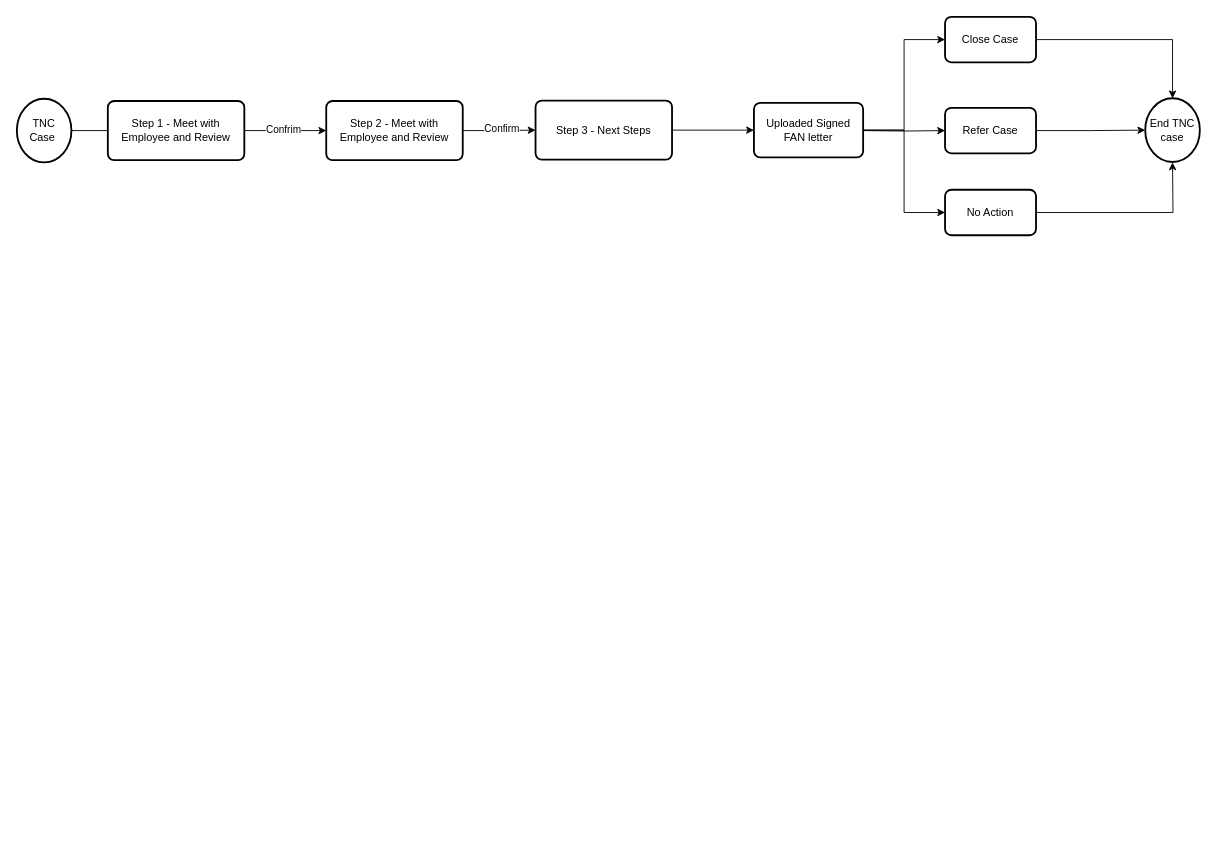
Before: TNC-Workflow.drawio in haphan-fadv/haphan-fadv, a draw.io diagram. Source tidied: cells renumbered, new cells numbered last; positions are measured from the earlier drawing's top-left corner, leaving out a move shared by most shapes. Both pictures are drawn from the tidied source at 91%, with x=0, y=0 at pixel (16, 16).
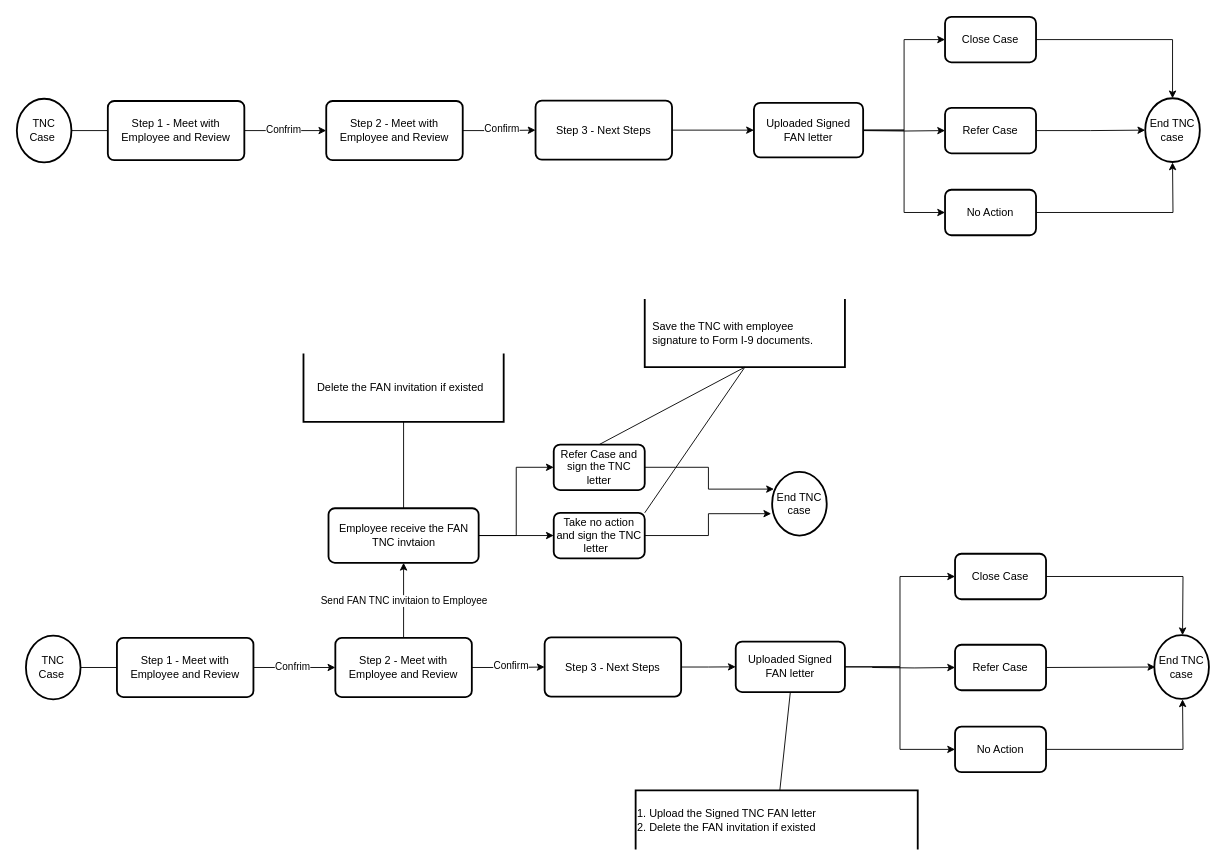
The same page after the edit.

Change to the diagram source:
```diff
@@
+    <mxCell id="23" style="edgeStyle=orthogonalEdgeStyle;rounded=0;jettySize=auto;html=1;exitX=1;exitY=0.5;exitDx=0;exitDy=0;exitPerimeter=0;" parent="1" edge="1" source="24">
+      <mxGeometry relative="1" as="geometry">
+        <mxPoint x="160" y="715" as="targetPoint" />
+      </mxGeometry>
+    </mxCell>
+    <mxCell id="24" value="TNC Case&amp;nbsp;" style="strokeWidth=2;html=1;shape=mxgraph.flowchart.start_2;whiteSpace=wrap;" parent="1" vertex="1">
+      <mxGeometry x="10" y="680" width="60" height="70" as="geometry" />
+    </mxCell>
+    <mxCell id="25" style="edgeStyle=orthogonalEdgeStyle;rounded=0;jettySize=auto;html=1;exitX=1;exitY=0.5;exitDx=0;exitDy=0;entryX=0;entryY=0.5;entryDx=0;entryDy=0;" parent="1" edge="1" source="27" target="32">
+      <mxGeometry relative="1" as="geometry" />
+    </mxCell>
+    <mxCell id="26" value="Confrim" style="edgeLabel;html=1;align=center;verticalAlign=middle;" parent="25" vertex="1">
+      <mxGeometry x="0.2" y="3" relative="1" as="geometry">
+        <mxPoint x="-12" y="1" as="offset" />
+      </mxGeometry>
+    </mxCell>
+    <mxCell id="27" value="Step 1 - Meet with Employee and Review" style="rounded=1;whiteSpace=wrap;html=1;absoluteArcSize=1;arcSize=14;strokeWidth=2;" parent="1" vertex="1">
+      <mxGeometry x="110" y="682.5" width="150" height="65" as="geometry" />
+    </mxCell>
+    <mxCell id="28" style="edgeStyle=orthogonalEdgeStyle;rounded=0;jettySize=auto;html=1;exitX=1;exitY=0.5;exitDx=0;exitDy=0;" parent="1" edge="1" source="32" target="34">
+      <mxGeometry relative="1" as="geometry" />
+    </mxCell>
+    <mxCell id="29" value="Confirm" style="edgeLabel;html=1;align=center;verticalAlign=middle;" parent="28" vertex="1">
+      <mxGeometry x="0.07" y="-1" relative="1" as="geometry">
+        <mxPoint y="-3" as="offset" />
+      </mxGeometry>
+    </mxCell>
+    <mxCell id="30" style="edgeStyle=orthogonalEdgeStyle;rounded=0;jettySize=auto;html=1;" parent="1" edge="1" source="32" target="49">
+      <mxGeometry relative="1" as="geometry" />
+    </mxCell>
+    <mxCell id="31" value="Send FAN TNC invitaion to Employee&amp;nbsp;" style="edgeLabel;html=1;align=center;verticalAlign=middle;" parent="30" vertex="1">
+      <mxGeometry x="0.01" y="-1" relative="1" as="geometry">
+        <mxPoint y="1" as="offset" />
+      </mxGeometry>
+    </mxCell>
+    <mxCell id="32" value="Step 2 - Meet with Employee and Review" style="rounded=1;whiteSpace=wrap;html=1;absoluteArcSize=1;arcSize=14;strokeWidth=2;" parent="1" vertex="1">
+      <mxGeometry x="350" y="682.5" width="150" height="65" as="geometry" />
+    </mxCell>
+    <mxCell id="33" style="edgeStyle=orthogonalEdgeStyle;rounded=0;jettySize=auto;html=1;" parent="1" edge="1" source="34" target="38">
+      <mxGeometry relative="1" as="geometry" />
+    </mxCell>
+    <mxCell id="34" value="Step 3 - Next Steps" style="rounded=1;whiteSpace=wrap;html=1;absoluteArcSize=1;arcSize=14;strokeWidth=2;" parent="1" vertex="1">
+      <mxGeometry x="580" y="682" width="150" height="65" as="geometry" />
+    </mxCell>
+    <mxCell id="35" style="edgeStyle=orthogonalEdgeStyle;rounded=0;jettySize=auto;html=1;entryX=0;entryY=0.5;entryDx=0;entryDy=0;" parent="1" edge="1" source="38" target="41">
+      <mxGeometry relative="1" as="geometry" />
+    </mxCell>
+    <mxCell id="36" style="edgeStyle=orthogonalEdgeStyle;rounded=0;jettySize=auto;html=1;entryX=0;entryY=0.5;entryDx=0;entryDy=0;" parent="1" edge="1" target="42">
+      <mxGeometry relative="1" as="geometry">
+        <mxPoint x="940" y="715" as="sourcePoint" />
+      </mxGeometry>
+    </mxCell>
+    <mxCell id="37" style="edgeStyle=orthogonalEdgeStyle;rounded=0;jettySize=auto;html=1;entryX=0;entryY=0.5;entryDx=0;entryDy=0;" parent="1" edge="1" source="38" target="44">
+      <mxGeometry relative="1" as="geometry" />
+    </mxCell>
+    <mxCell id="38" value="Uploaded Signed FAN letter" style="whiteSpace=wrap;html=1;rounded=1;absoluteArcSize=1;arcSize=14;strokeWidth=2;" parent="1" vertex="1">
+      <mxGeometry x="790" y="686.5" width="120" height="55.5" as="geometry" />
+    </mxCell>
+    <mxCell id="39" value="End TNC case" style="strokeWidth=2;html=1;shape=mxgraph.flowchart.start_2;whiteSpace=wrap;" parent="1" vertex="1">
+      <mxGeometry x="1250" y="679.5" width="60" height="70" as="geometry" />
+    </mxCell>
+    <mxCell id="40" style="edgeStyle=orthogonalEdgeStyle;rounded=0;jettySize=auto;html=1;exitX=1;exitY=0.5;exitDx=0;exitDy=0;" parent="1" edge="1" source="41">
+      <mxGeometry relative="1" as="geometry">
+        <mxPoint x="1281" y="679.5" as="targetPoint" />
+      </mxGeometry>
+    </mxCell>
+    <mxCell id="41" value="Close Case" style="rounded=1;whiteSpace=wrap;html=1;absoluteArcSize=1;arcSize=14;strokeWidth=2;" parent="1" vertex="1">
+      <mxGeometry x="1031" y="590" width="100" height="50" as="geometry" />
+    </mxCell>
+    <mxCell id="42" value="Refer Case" style="rounded=1;whiteSpace=wrap;html=1;absoluteArcSize=1;arcSize=14;strokeWidth=2;" parent="1" vertex="1">
+      <mxGeometry x="1031" y="690" width="100" height="50" as="geometry" />
+    </mxCell>
+    <mxCell id="43" style="edgeStyle=orthogonalEdgeStyle;rounded=0;jettySize=auto;html=1;exitX=1;exitY=0.5;exitDx=0;exitDy=0;" parent="1" edge="1" source="44">
+      <mxGeometry relative="1" as="geometry">
+        <mxPoint x="1281" y="750" as="targetPoint" />
+      </mxGeometry>
+    </mxCell>
+    <mxCell id="44" value="No Action" style="rounded=1;whiteSpace=wrap;html=1;absoluteArcSize=1;arcSize=14;strokeWidth=2;" parent="1" vertex="1">
+      <mxGeometry x="1031" y="780" width="100" height="50" as="geometry" />
+    </mxCell>
+    <mxCell id="45" style="edgeStyle=orthogonalEdgeStyle;rounded=0;jettySize=auto;html=1;exitX=1;exitY=0.5;exitDx=0;exitDy=0;entryX=0;entryY=0.5;entryDx=0;entryDy=0;entryPerimeter=0;" parent="1" edge="1" source="42">
+      <mxGeometry relative="1" as="geometry">
+        <mxPoint x="1251" y="714.5" as="targetPoint" />
+      </mxGeometry>
+    </mxCell>
+    <mxCell id="46" value="1. Upload the Signed TNC FAN letter&lt;br&gt;2. Delete the FAN invitation if existed" style="strokeWidth=2;html=1;shape=mxgraph.flowchart.annotation_1;align=left;direction=south;" parent="1" vertex="1">
+      <mxGeometry x="680" y="850" width="310" height="65" as="geometry" />
+    </mxCell>
+    <mxCell id="47" style="edgeStyle=orthogonalEdgeStyle;rounded=0;jettySize=auto;html=1;exitX=1;exitY=0.5;exitDx=0;exitDy=0;entryX=0;entryY=0.5;entryDx=0;entryDy=0;" parent="1" edge="1" source="49" target="50">
+      <mxGeometry relative="1" as="geometry" />
+    </mxCell>
+    <mxCell id="48" style="edgeStyle=orthogonalEdgeStyle;rounded=0;jettySize=auto;html=1;entryX=0;entryY=0.5;entryDx=0;entryDy=0;" parent="1" edge="1" source="49" target="51">
+      <mxGeometry relative="1" as="geometry" />
+    </mxCell>
+    <mxCell id="49" value="Employee receive the FAN TNC invtaion" style="whiteSpace=wrap;html=1;rounded=1;absoluteArcSize=1;arcSize=14;strokeWidth=2;" parent="1" vertex="1">
+      <mxGeometry x="342.5" y="540" width="165" height="60" as="geometry" />
+    </mxCell>
+    <mxCell id="50" value="Refer Case and sign the TNC letter" style="rounded=1;whiteSpace=wrap;html=1;absoluteArcSize=1;arcSize=14;strokeWidth=2;" parent="1" vertex="1">
+      <mxGeometry x="590" y="470" width="100" height="50" as="geometry" />
+    </mxCell>
+    <mxCell id="51" value="Take no action and sign the TNC letter&amp;nbsp;&amp;nbsp;" style="rounded=1;whiteSpace=wrap;html=1;absoluteArcSize=1;arcSize=14;strokeWidth=2;" parent="1" vertex="1">
+      <mxGeometry x="590" y="545" width="100" height="50" as="geometry" />
+    </mxCell>
+    <mxCell id="52" style="edgeStyle=orthogonalEdgeStyle;rounded=0;jettySize=auto;html=1;exitX=1;exitY=0.5;exitDx=0;exitDy=0;entryX=0.033;entryY=0.271;entryDx=0;entryDy=0;entryPerimeter=0;" parent="1" edge="1" source="50" target="53">
+      <mxGeometry relative="1" as="geometry" />
+    </mxCell>
+    <mxCell id="53" value="End TNC case" style="strokeWidth=2;html=1;shape=mxgraph.flowchart.start_2;whiteSpace=wrap;" parent="1" vertex="1">
+      <mxGeometry x="830" y="500" width="60" height="70" as="geometry" />
+    </mxCell>
+    <mxCell id="54" style="edgeStyle=orthogonalEdgeStyle;rounded=0;jettySize=auto;html=1;exitX=1;exitY=0.5;exitDx=0;exitDy=0;entryX=-0.017;entryY=0.657;entryDx=0;entryDy=0;entryPerimeter=0;" parent="1" edge="1" source="51" target="53">
+      <mxGeometry relative="1" as="geometry" />
+    </mxCell>
+    <mxCell id="55" value="&amp;nbsp; &amp;nbsp; Delete the FAN invitation if existed" style="strokeWidth=2;html=1;shape=mxgraph.flowchart.annotation_1;align=left;direction=north;" parent="1" vertex="1">
+      <mxGeometry x="315" y="370" width="220" height="75" as="geometry" />
+    </mxCell>
+    <mxCell id="56" value="&amp;nbsp; Save the TNC with employee &lt;br&gt;&amp;nbsp; signature to Form I-9 documents." style="strokeWidth=2;html=1;shape=mxgraph.flowchart.annotation_1;align=left;direction=north;" parent="1" vertex="1">
+      <mxGeometry x="690" y="310" width="220" height="75" as="geometry" />
+    </mxCell>
+    <mxCell id="57" style="endArrow=none;html=1;rounded=0;entryX=0.5;entryY=1;entryDx=0;entryDy=0;" parent="1" edge="1" source="46" target="38">
+      <mxGeometry relative="1" as="geometry" />
+    </mxCell>
+    <mxCell id="58" style="endArrow=none;html=1;rounded=0;entryX=0;entryY=0.5;entryDx=0;entryDy=0;entryPerimeter=0;" parent="1" edge="1" source="49" target="55">
+      <mxGeometry relative="1" as="geometry" />
+    </mxCell>
+    <mxCell id="59" style="endArrow=none;html=1;rounded=0;entryX=0;entryY=0.5;entryDx=0;entryDy=0;entryPerimeter=0;exitX=0.5;exitY=0;exitDx=0;exitDy=0;" parent="1" edge="1" source="50" target="56">
+      <mxGeometry relative="1" as="geometry" />
+    </mxCell>
+    <mxCell id="60" style="endArrow=none;html=1;rounded=0;entryX=0;entryY=0.5;entryDx=0;entryDy=0;entryPerimeter=0;exitX=1;exitY=0;exitDx=0;exitDy=0;" parent="1" edge="1" source="51" target="56">
+      <mxGeometry relative="1" as="geometry" />
+    </mxCell>
```
